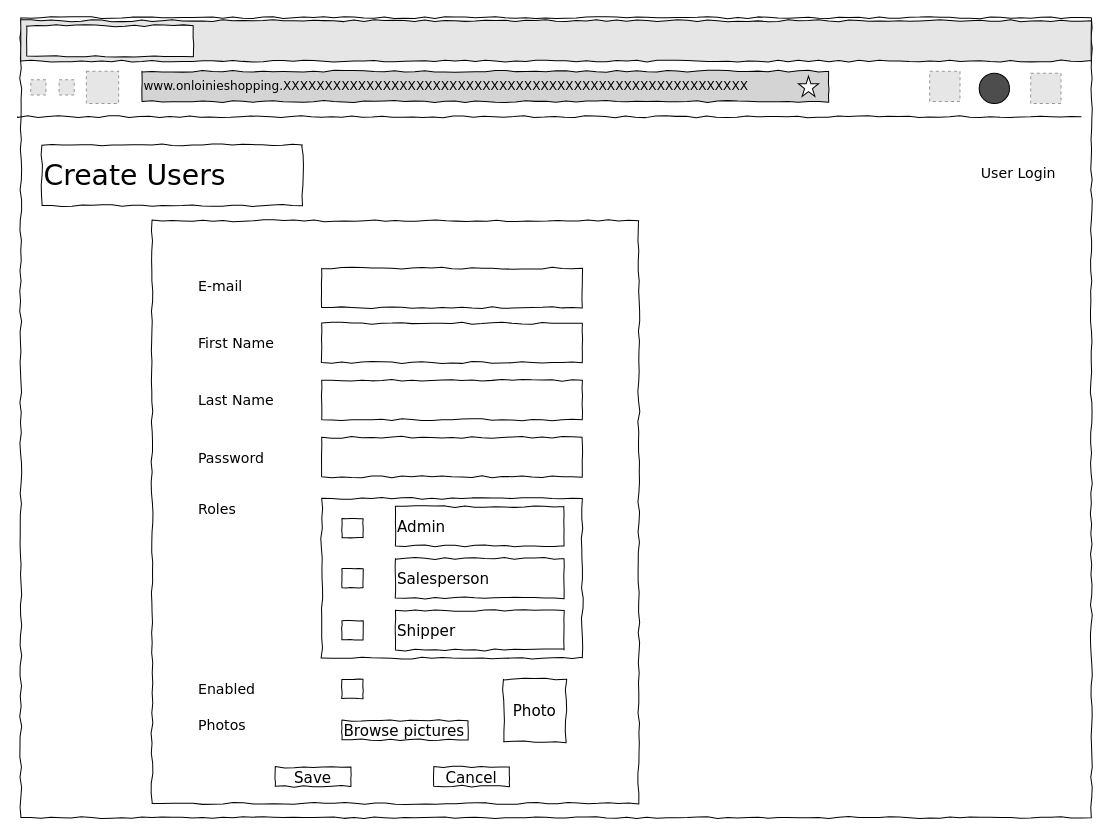
The draw.io diagram page "Create Users" (4 of 12) of 03-Solution Design/03-User Interface/User Interface.drawio in jiangchufeng/Conversion-Final-Project-Spring-Boot-Online-Shopping-Website, before the edit. Source tidied: cells renumbered, new cells numbered last; positions are measured from the earlier drawing's top-left corner, leaving out a move shared by most shapes. Both pictures are drawn from the tidied source at 101%, with x=0, y=0 at pixel (17, 17). Pictures stored in the file or linked from it are replaced by grey dashed boxes.
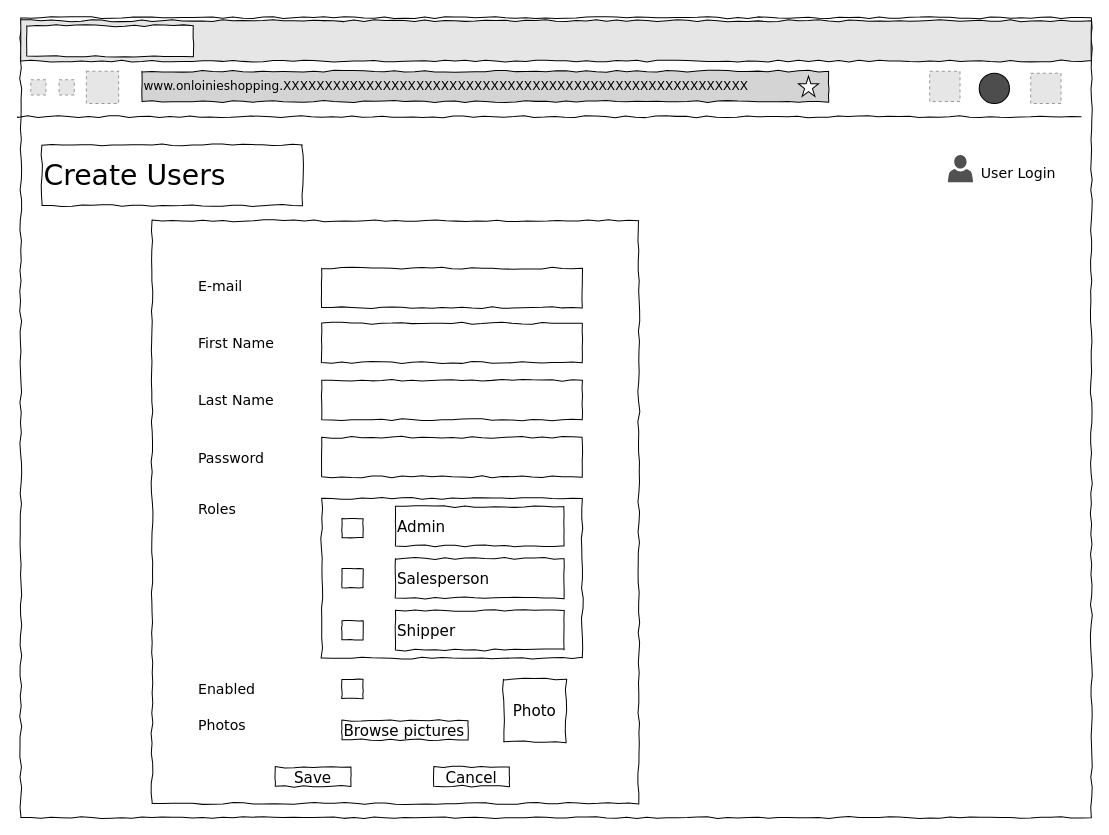
Above is the later version.

What changed in the source:
```diff
@@
+    <mxCell id="40" style="sketch=0;shadow=0;dashed=0;html=1;strokeColor=none;fillColor=#505050;labelPosition=center;verticalLabelPosition=bottom;verticalAlign=top;align=center;shape=mxgraph.office.users.user;" parent="1" vertex="1">
+      <mxGeometry x="921" y="136" width="25" height="27" as="geometry" />
+    </mxCell>
```
